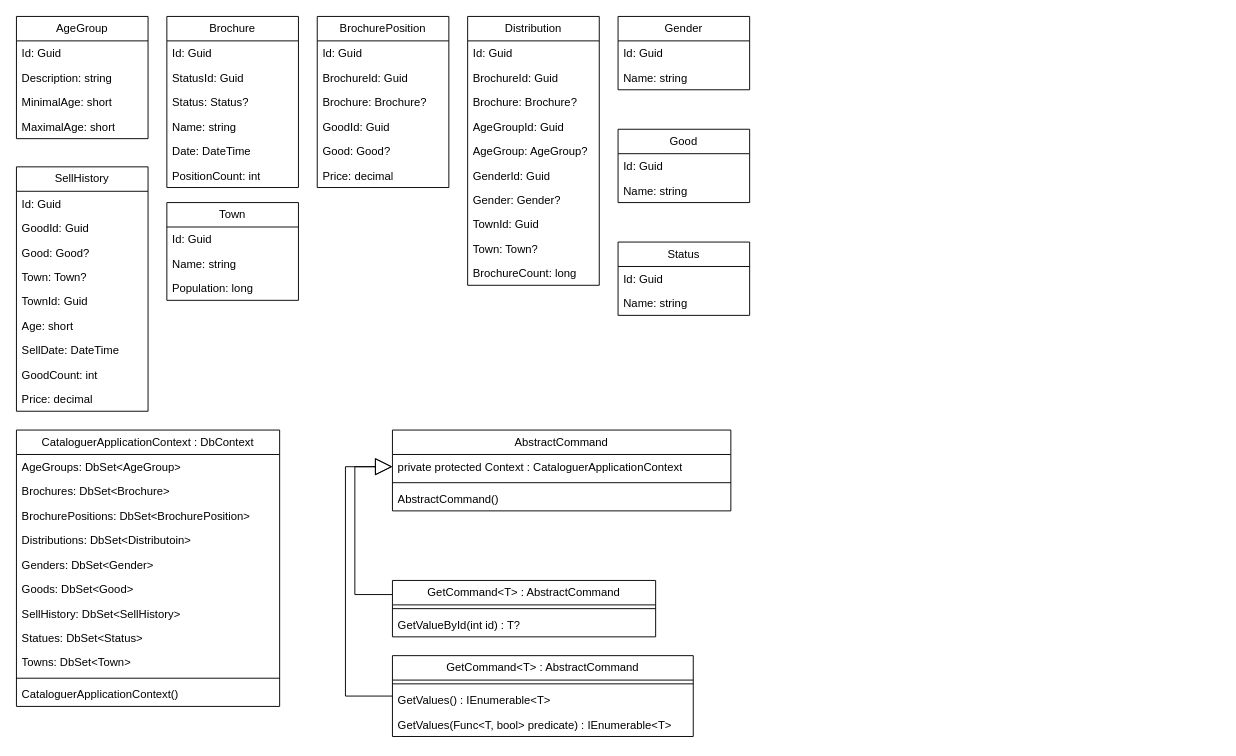
This is Cataloguer/Resources/Диаграмма классов.drawio from VadimKarelov/Cataloguer, a draw.io file, before an edit. Source tidied: cells renumbered, new cells numbered last; positions are measured from the earlier drawing's top-left corner, leaving out a move shared by most shapes. Both pictures are drawn from the tidied source at 94%, with x=0, y=0 at pixel (16, 16).
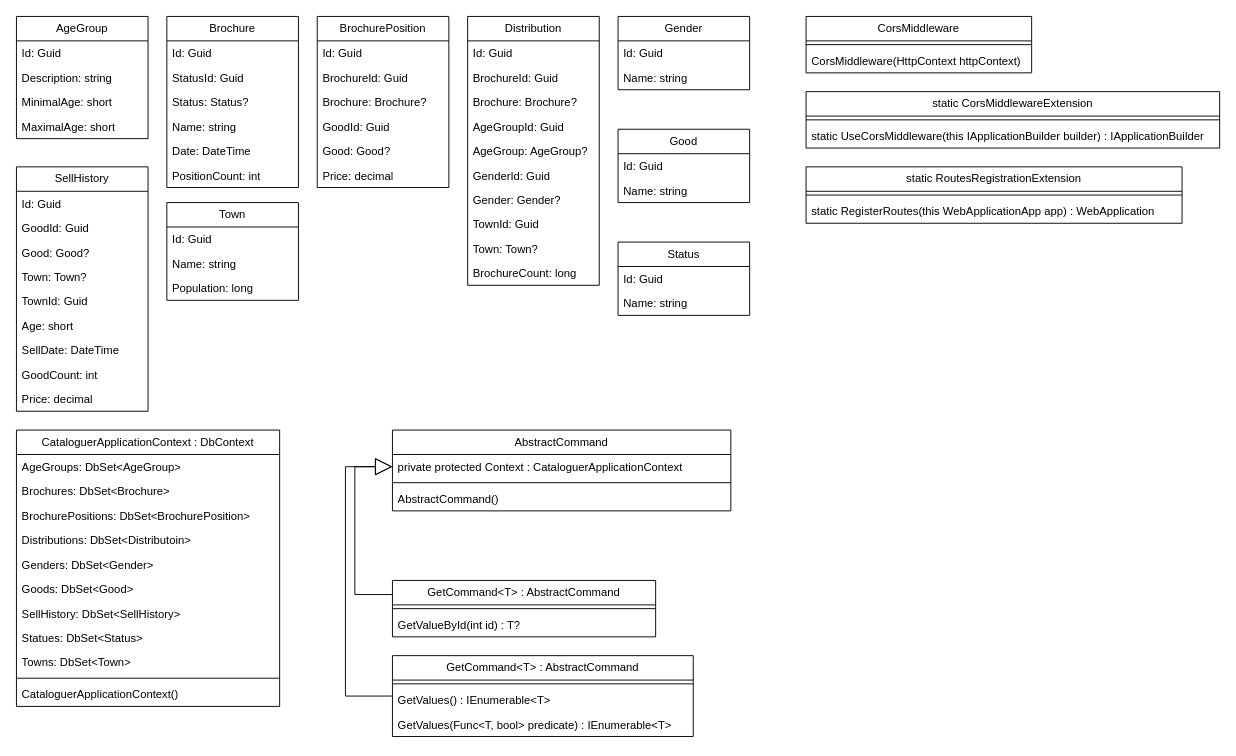
The same diagram, later.

Commit message:
Еще одна версия

The edit, as a diff of the source:
```diff
@@
+    <mxCell id="80" value="CorsMiddleware" style="swimlane;fontStyle=0;horizontal=1;startSize=26;fillColor=none;whiteSpace=wrap;html=1;" parent="1" vertex="1">
+      <mxGeometry x="840" width="240" height="60" as="geometry" />
+    </mxCell>
+    <mxCell id="81" style="line;strokeWidth=1;fillColor=none;align=left;verticalAlign=middle;spacingTop=-1;spacingLeft=3;spacingRight=3;labelPosition=right;strokeColor=inherit;" parent="80" vertex="1">
+      <mxGeometry y="26" width="240" height="8" as="geometry" />
+    </mxCell>
+    <mxCell id="82" value="CorsMiddleware(HttpContext httpContext)" style="text;strokeColor=none;fillColor=none;align=left;verticalAlign=top;spacingLeft=4;spacingRight=4;overflow=hidden;whiteSpace=wrap;html=1;" parent="80" vertex="1">
+      <mxGeometry y="34" width="240" height="26" as="geometry" />
+    </mxCell>
+    <mxCell id="83" value="static CorsMiddlewareExtension" style="swimlane;fontStyle=0;horizontal=1;startSize=26;fillColor=none;whiteSpace=wrap;html=1;" parent="1" vertex="1">
+      <mxGeometry x="840" y="80" width="440" height="60" as="geometry" />
+    </mxCell>
+    <mxCell id="84" style="line;strokeWidth=1;fillColor=none;align=left;verticalAlign=middle;spacingTop=-1;spacingLeft=3;spacingRight=3;labelPosition=right;strokeColor=inherit;" parent="83" vertex="1">
+      <mxGeometry y="26" width="440" height="8" as="geometry" />
+    </mxCell>
+    <mxCell id="85" value="static UseCorsMiddleware(this IApplicationBuilder builder) : IApplicationBuilder" style="text;strokeColor=none;fillColor=none;align=left;verticalAlign=top;spacingLeft=4;spacingRight=4;overflow=hidden;whiteSpace=wrap;html=1;" parent="83" vertex="1">
+      <mxGeometry y="34" width="440" height="26" as="geometry" />
+    </mxCell>
+    <mxCell id="86" value="static RoutesRegistrationExtension" style="swimlane;fontStyle=0;horizontal=1;startSize=26;fillColor=none;whiteSpace=wrap;html=1;" parent="1" vertex="1">
+      <mxGeometry x="840" y="160" width="400" height="60" as="geometry" />
+    </mxCell>
+    <mxCell id="87" style="line;strokeWidth=1;fillColor=none;align=left;verticalAlign=middle;spacingTop=-1;spacingLeft=3;spacingRight=3;labelPosition=right;strokeColor=inherit;" parent="86" vertex="1">
+      <mxGeometry y="26" width="400" height="8" as="geometry" />
+    </mxCell>
+    <mxCell id="88" value="static RegisterRoutes(this WebApplicationApp app) : WebApplication" style="text;strokeColor=none;fillColor=none;align=left;verticalAlign=top;spacingLeft=4;spacingRight=4;overflow=hidden;whiteSpace=wrap;html=1;" parent="86" vertex="1">
+      <mxGeometry y="34" width="400" height="26" as="geometry" />
+    </mxCell>
```
